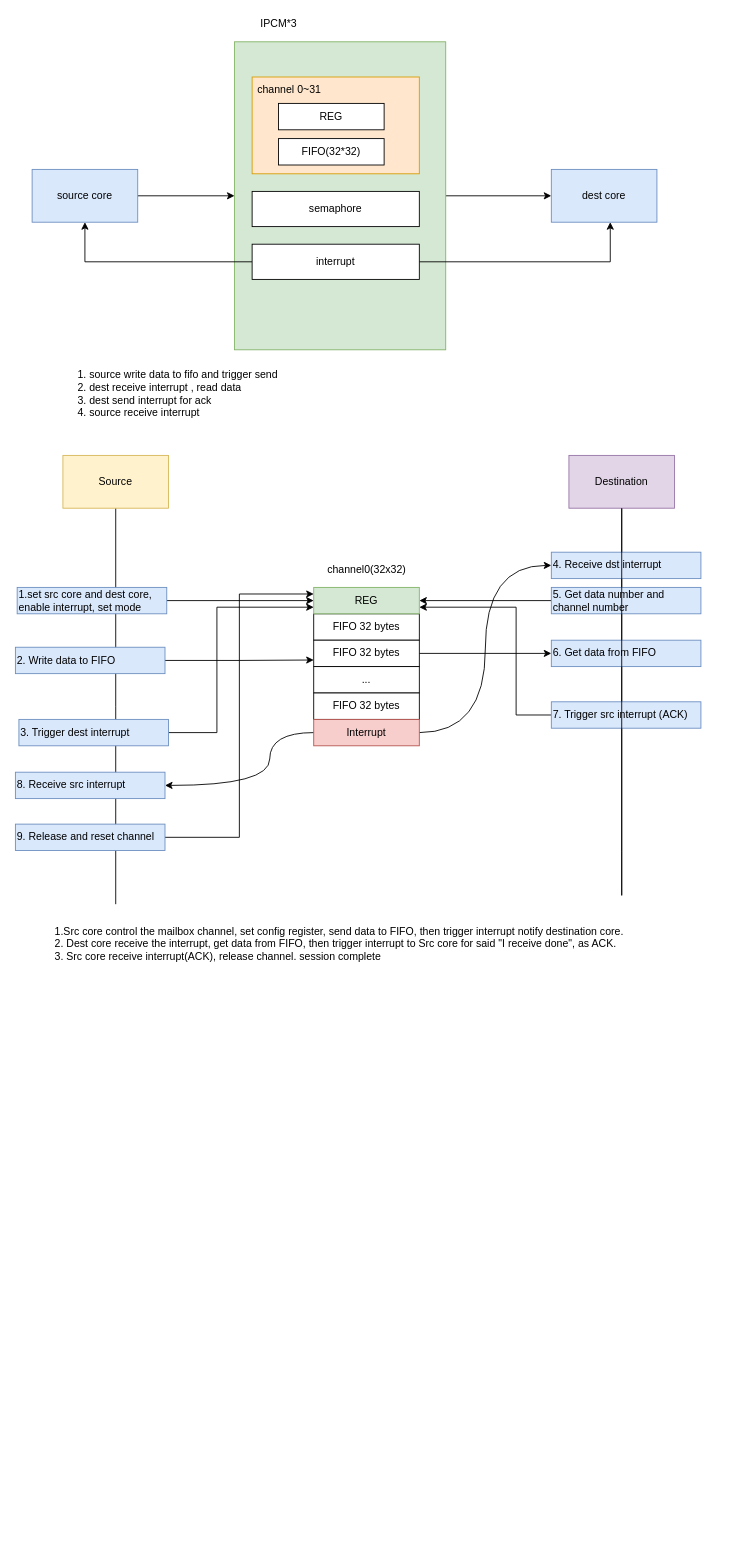
Before: page "mailbox" (10 of 10) of alius.drawio in thomas-coding/drawio, a draw.io diagram. Source tidied: cells renumbered, new cells numbered last; positions are measured from the earlier drawing's top-left corner, leaving out a move shared by most shapes. Both pictures are drawn from the tidied source at 88%, with x=0, y=0 at pixel (15, 15).
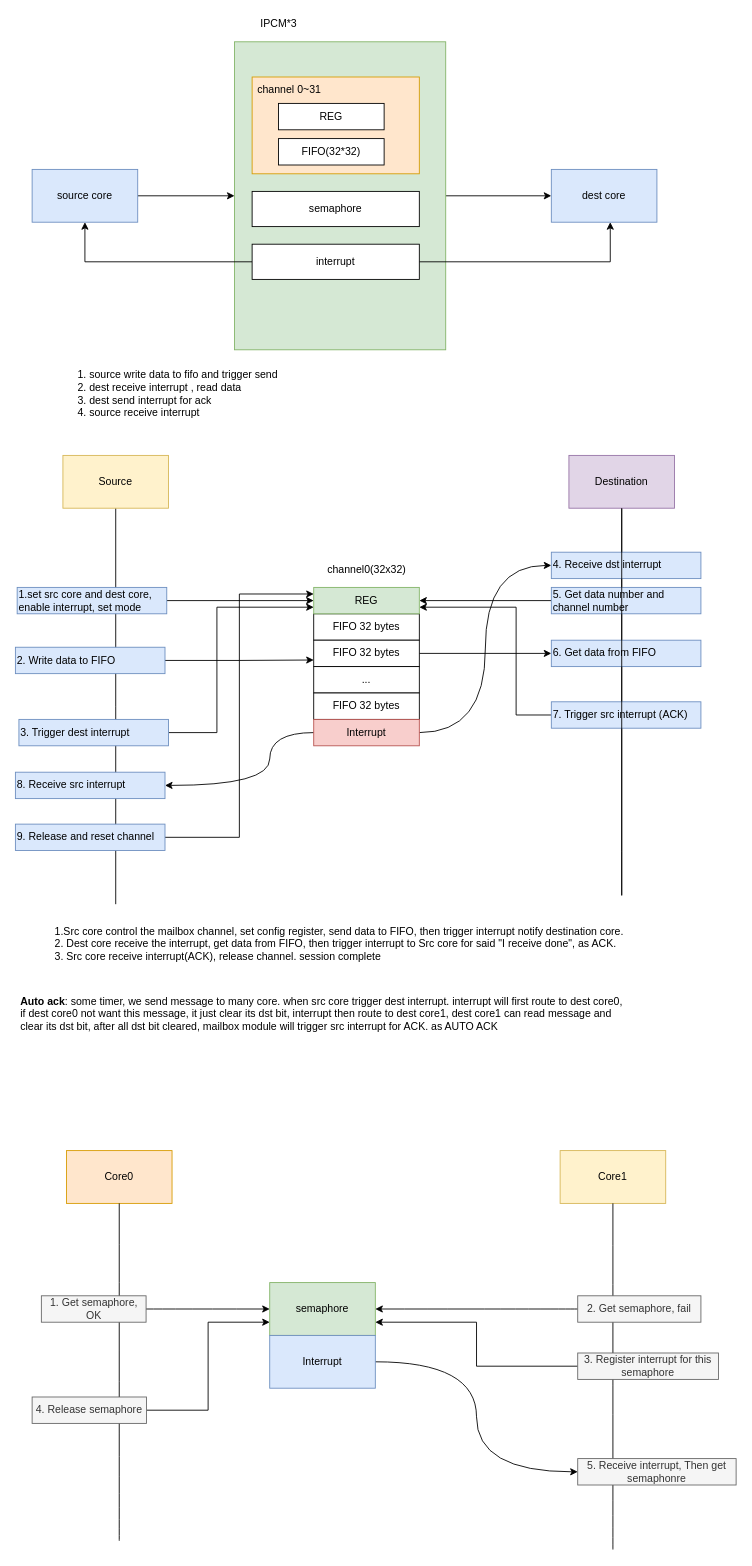
The same page after the edit.

Change to the diagram source:
```diff
@@
+    <mxCell id="48" value="&lt;b&gt;Auto ack&lt;/b&gt;: some timer, we send message to many core. when src core trigger dest interrupt. interrupt will first route to dest core0, if dest core0 not want this message, it just clear its dst bit, interrupt then route to dest core1, dest core1 can read message and clear its dst bit, after all dst bit cleared, mailbox module will trigger src interrupt for ACK. as AUTO ACK" style="text;html=1;strokeColor=none;fillColor=none;align=left;verticalAlign=middle;whiteSpace=wrap;rounded=0;" parent="1" vertex="1">
+      <mxGeometry x="4" y="1120" width="690" height="30" as="geometry" />
+    </mxCell>
+    <mxCell id="49" value="Core0" style="rounded=0;whiteSpace=wrap;html=1;fillColor=#ffe6cc;strokeColor=#d79b00;" parent="1" vertex="1">
+      <mxGeometry x="58" y="1290" width="120" height="60" as="geometry" />
+    </mxCell>
+    <mxCell id="50" style="endArrow=none;html=1;strokeColor=#000000;strokeWidth=1;curved=1;entryX=0.5;entryY=1;entryDx=0;entryDy=0;" parent="1" edge="1" target="49">
+      <mxGeometry relative="1" as="geometry">
+        <mxPoint x="118" y="1733.3" as="sourcePoint" />
+      </mxGeometry>
+    </mxCell>
+    <mxCell id="51" value="Core1" style="rounded=0;whiteSpace=wrap;html=1;fillColor=#fff2cc;strokeColor=#d6b656;" parent="1" vertex="1">
+      <mxGeometry x="619" y="1290" width="120" height="60" as="geometry" />
+    </mxCell>
+    <mxCell id="52" style="endArrow=none;html=1;strokeColor=#000000;strokeWidth=1;curved=1;entryX=0.5;entryY=1;entryDx=0;entryDy=0;" parent="1" edge="1" target="51">
+      <mxGeometry relative="1" as="geometry">
+        <mxPoint x="679" y="1743.3" as="sourcePoint" />
+      </mxGeometry>
+    </mxCell>
+    <mxCell id="53" value="semaphore" style="rounded=0;whiteSpace=wrap;html=1;fillColor=#d5e8d4;strokeColor=#82b366;" parent="1" vertex="1">
+      <mxGeometry x="289" y="1440" width="120" height="60" as="geometry" />
+    </mxCell>
+    <mxCell id="54" style="edgeStyle=orthogonalEdgeStyle;curved=1;jettySize=auto;html=1;entryX=0;entryY=0.5;entryDx=0;entryDy=0;endArrow=classic;endFill=1;strokeColor=#000000;strokeWidth=1;" parent="1" edge="1" source="55" target="53">
+      <mxGeometry relative="1" as="geometry" />
+    </mxCell>
+    <mxCell id="55" value="1. Get semaphore, OK" style="text;html=1;strokeColor=#666666;fillColor=#f5f5f5;align=center;verticalAlign=middle;whiteSpace=wrap;rounded=0;fontColor=#333333;" parent="1" vertex="1">
+      <mxGeometry x="29.5" y="1455" width="119" height="30" as="geometry" />
+    </mxCell>
+    <mxCell id="56" style="edgeStyle=orthogonalEdgeStyle;curved=1;jettySize=auto;html=1;entryX=1;entryY=0.5;entryDx=0;entryDy=0;endArrow=classic;endFill=1;strokeColor=#000000;strokeWidth=1;" parent="1" edge="1" source="57" target="53">
+      <mxGeometry relative="1" as="geometry" />
+    </mxCell>
+    <mxCell id="57" value="2. Get semaphore, fail" style="text;html=1;strokeColor=#666666;fillColor=#f5f5f5;align=center;verticalAlign=middle;whiteSpace=wrap;rounded=0;fontColor=#333333;" parent="1" vertex="1">
+      <mxGeometry x="639" y="1455" width="140" height="30" as="geometry" />
+    </mxCell>
+    <mxCell id="58" style="edgeStyle=orthogonalEdgeStyle;jettySize=auto;html=1;entryX=1;entryY=0.75;entryDx=0;entryDy=0;endArrow=classic;endFill=1;strokeColor=#000000;strokeWidth=1;rounded=0;" parent="1" edge="1" source="59" target="53">
+      <mxGeometry relative="1" as="geometry" />
+    </mxCell>
+    <mxCell id="59" value="3. Register interrupt for this semaphore" style="text;html=1;strokeColor=#666666;fillColor=#f5f5f5;align=center;verticalAlign=middle;whiteSpace=wrap;rounded=0;fontColor=#333333;" parent="1" vertex="1">
+      <mxGeometry x="639" y="1520" width="160" height="30" as="geometry" />
+    </mxCell>
+    <mxCell id="60" style="edgeStyle=orthogonalEdgeStyle;jettySize=auto;html=1;entryX=0;entryY=0.5;entryDx=0;entryDy=0;endArrow=classic;endFill=1;strokeColor=#000000;strokeWidth=1;curved=1;" parent="1" edge="1" source="61" target="64">
+      <mxGeometry relative="1" as="geometry" />
+    </mxCell>
+    <mxCell id="61" value="Interrupt" style="rounded=0;whiteSpace=wrap;html=1;fillColor=#dae8fc;strokeColor=#6c8ebf;" parent="1" vertex="1">
+      <mxGeometry x="289" y="1500" width="120" height="60" as="geometry" />
+    </mxCell>
+    <mxCell id="62" style="edgeStyle=orthogonalEdgeStyle;rounded=0;jettySize=auto;html=1;entryX=0;entryY=0.75;entryDx=0;entryDy=0;endArrow=classic;endFill=1;strokeColor=#000000;strokeWidth=1;" parent="1" edge="1" source="63" target="53">
+      <mxGeometry relative="1" as="geometry" />
+    </mxCell>
+    <mxCell id="63" value="4. Release semaphore" style="text;html=1;strokeColor=#666666;fillColor=#f5f5f5;align=center;verticalAlign=middle;whiteSpace=wrap;rounded=0;fontColor=#333333;" parent="1" vertex="1">
+      <mxGeometry x="19" y="1570" width="130" height="30" as="geometry" />
+    </mxCell>
+    <mxCell id="64" value="5. Receive interrupt, Then get semaphonre" style="text;html=1;strokeColor=#666666;fillColor=#f5f5f5;align=center;verticalAlign=middle;whiteSpace=wrap;rounded=0;fontColor=#333333;" parent="1" vertex="1">
+      <mxGeometry x="639" y="1640" width="180" height="30" as="geometry" />
+    </mxCell>
```
